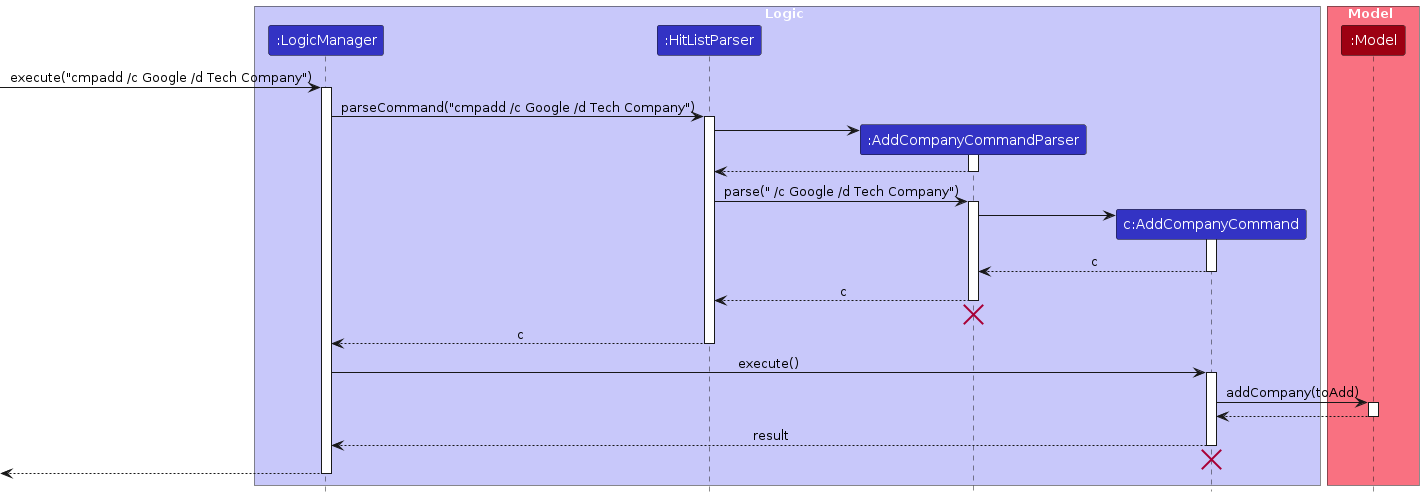
The PlantUML diagram diagrams/add-company/CompanyAddSequenceDiagram-Logic.png in AY2526S2-CS2103T-W11-2/tp, before a commit. Its source is kept beside it as diagrams/add-company/CompanyAddSequenceDiagram-Logic.puml.
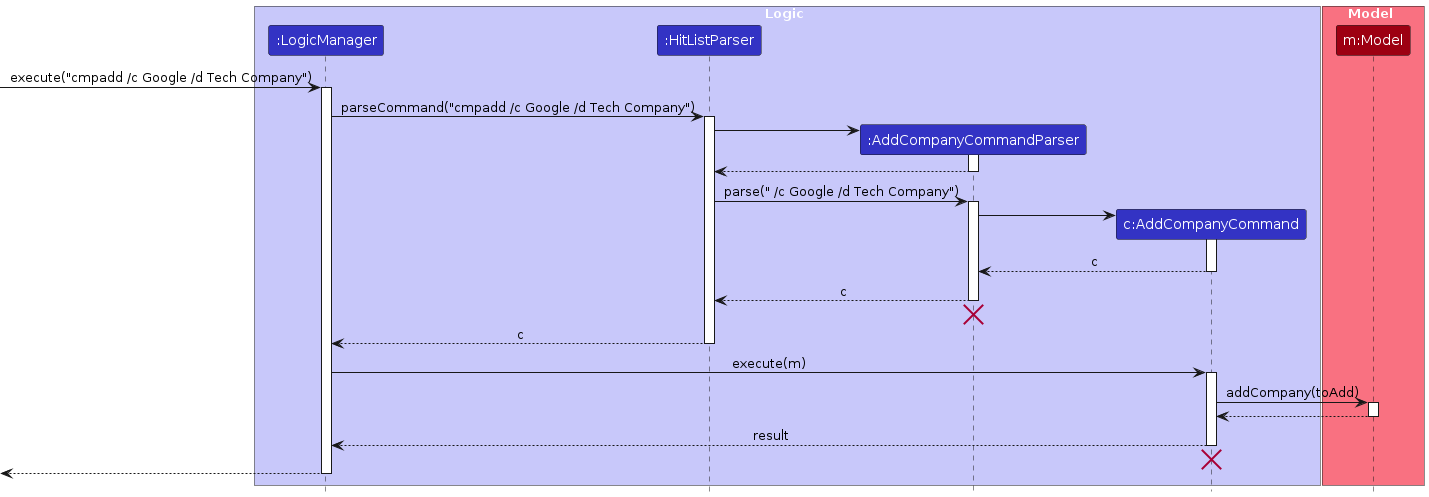
After the change.

What changed in the source:
```diff
@@ -10,7 +10,7 @@
 end box
 
 box Model MODEL_COLOR_T1
-participant ":Model" as Model MODEL_COLOR
+participant "m:Model" as Model MODEL_COLOR
 end box
 
 [-> LogicManager : execute("cmpadd /c Google /d Tech Company")
@@ -44,7 +44,7 @@
 HitListParser --> LogicManager : c
 deactivate HitListParser
 
-LogicManager -> AddCompanyCommand : execute()
+LogicManager -> AddCompanyCommand : execute(m)
 activate AddCompanyCommand
 
 AddCompanyCommand -> Model : addCompany(toAdd)
```
